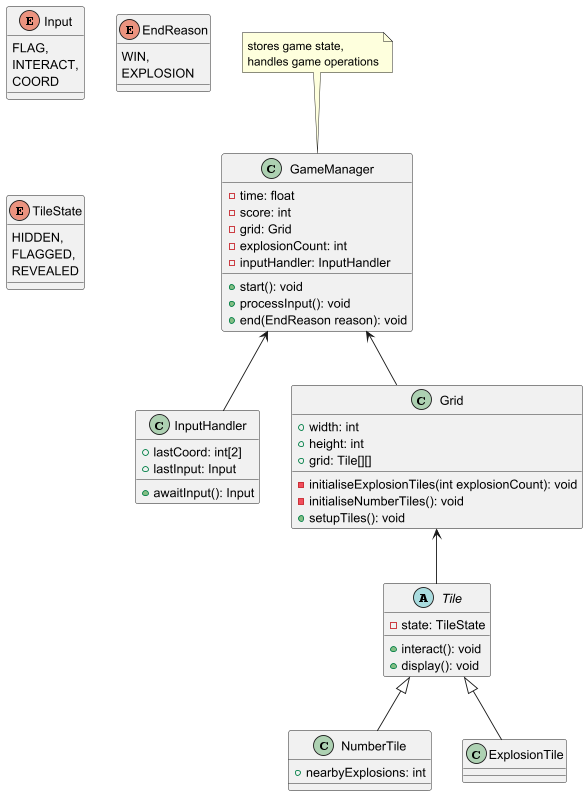
Above: UMLDiagram.png in dylancaet/JavaSweeper (PlantUML), before the change.
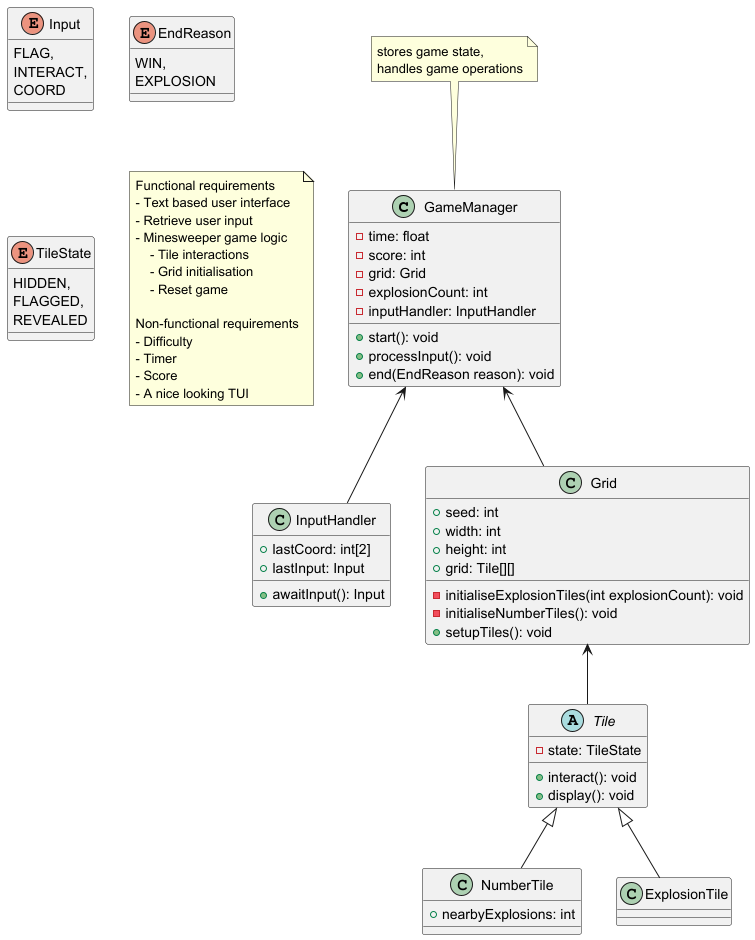
After the commit.

Commit message:
flag input & test

Diff of the diagram source:
```diff
@@ -36,6 +36,7 @@
 }
 
 class Grid {
+    +seed: int
     +width: int
     +height: int
     +grid: Tile[][]
@@ -59,4 +60,21 @@
 GameManager <-- Grid
 GameManager <-- InputHandler
 Grid <-- Tile
+
+note as N1
+Functional requirements
+- Text based user interface
+- Retrieve user input
+- Minesweeper game logic
+    - Tile interactions
+    - Grid initialisation
+    - Reset game
+
+Non-functional requirements
+- Difficulty
+- Timer
+- Score
+- A nice looking TUI
+endnote
+
 @enduml
```
